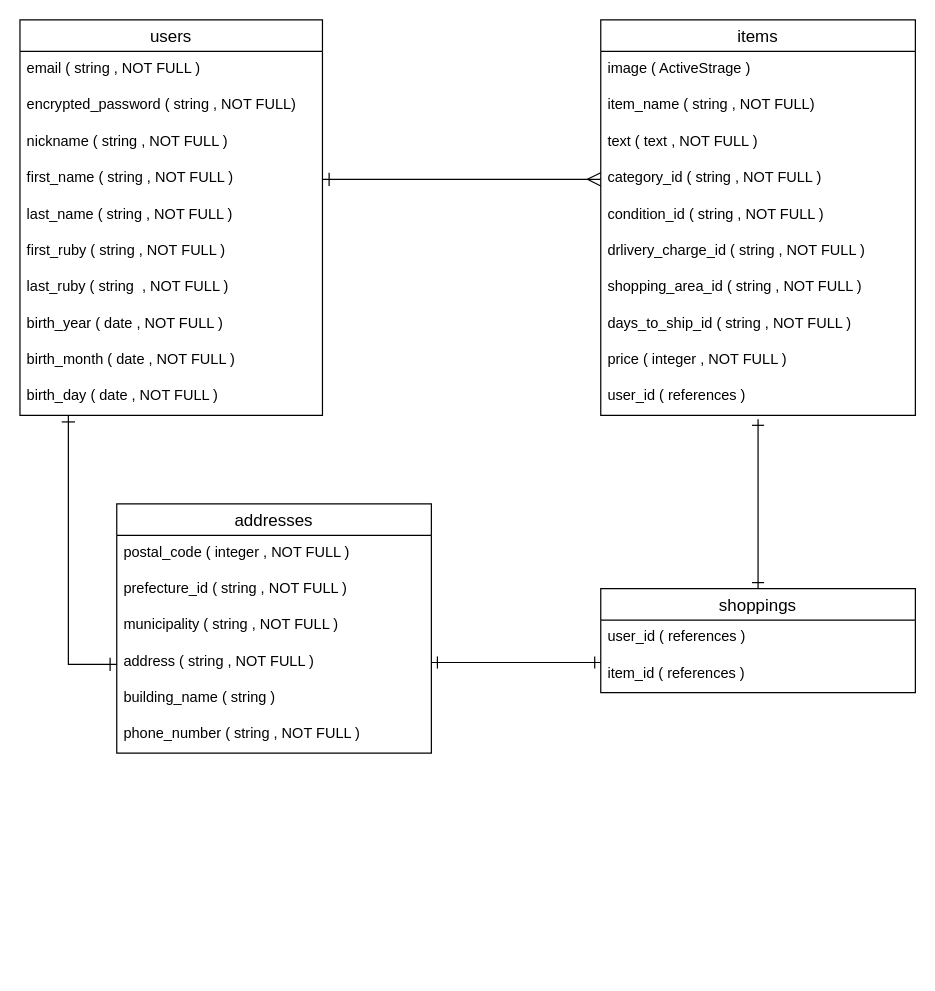
Above: furima.dio in ami0120/furima-34292 (draw.io), before the change. Source tidied: cells renumbered, new cells numbered last; positions are measured from the earlier drawing's top-left corner, leaving out a move shared by most shapes. Both pictures are drawn from the tidied source at 121%, with x=0, y=0 at pixel (19, 19).
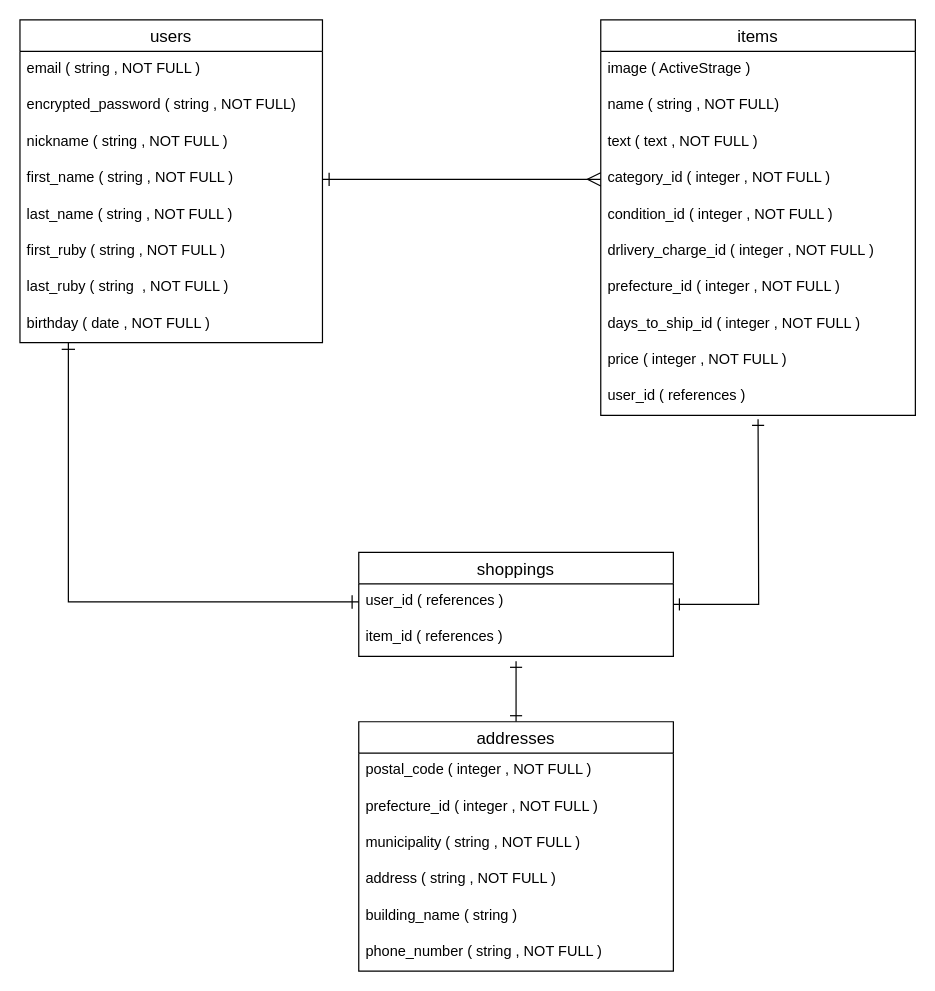
After the change.

The change refers to these unchanged cells:
```xml
<mxCell id="14" value="items" style="swimlane;fontStyle=0;horizontal=1;startSize=26;align=center;fontSize=14;" parent="1" vertex="1">
  <mxGeometry x="480" width="260" height="326.7" as="geometry" />
</mxCell>
<mxCell id="29" value="address ( string , NOT FULL )" style="text;strokeColor=none;fillColor=none;spacingLeft=4;spacingRight=4;overflow=hidden;points=[[0,0.5],[1,0.5]];portConstraint=eastwest;fontSize=12;" parent="25" vertex="1">
  <mxGeometry y="116" width="260" height="30" as="geometry" />
</mxCell>
<mxCell id="35" value="user_id ( references )" style="text;strokeColor=none;fillColor=none;spacingLeft=4;spacingRight=4;overflow=hidden;points=[[0,0.5],[1,0.5]];portConstraint=eastwest;fontSize=12;" parent="34" vertex="1">
  <mxGeometry y="26" width="260" height="30" as="geometry" />
</mxCell>
<mxCell id="36" value="item_id ( references )" style="text;strokeColor=none;fillColor=none;spacingLeft=4;spacingRight=4;overflow=hidden;points=[[0,0.5],[1,0.5]];portConstraint=eastwest;fontSize=12;" parent="34" vertex="1">
  <mxGeometry y="56" width="260" height="30" as="geometry" />
</mxCell>
```

Diff of the diagram source:
```diff
@@
-    <mxCell id="2" style="edgeStyle=orthogonalEdgeStyle;rounded=0;jettySize=auto;html=1;entryX=0;entryY=0.5;entryDx=0;entryDy=0;startArrow=ERone;startFill=0;startSize=9;endArrow=ERone;endFill=0;endSize=9;" parent="1" edge="1" source="3">
+    <mxCell id="2" style="edgeStyle=orthogonalEdgeStyle;rounded=0;jettySize=auto;html=1;startArrow=ERone;startFill=0;startSize=9;endArrow=ERone;endFill=0;endSize=9;entryX=0;entryY=0.5;entryDx=0;entryDy=0;" parent="1" edge="1" source="3" target="35">
       <mxGeometry relative="1" as="geometry">
-        <mxPoint x="80" y="532.5" as="targetPoint" />
         <Array as="points">
-          <mxPoint x="40" y="533" />
+          <mxPoint x="40" y="481" />
         </Array>
       </mxGeometry>
     </mxCell>
     <mxCell id="3" value="users" style="swimlane;fontStyle=0;horizontal=1;startSize=26;align=center;fontSize=14;" parent="1" vertex="1">
-      <mxGeometry width="250" height="326.7" as="geometry" />
+      <mxGeometry width="250" height="266.7" as="geometry" />
     </mxCell>
@@
-    <mxCell id="11" value="birth_year ( date , NOT FULL )" style="text;strokeColor=none;fillColor=none;spacingLeft=4;spacingRight=4;overflow=hidden;fontSize=12;" parent="3" vertex="1">
+    <mxCell id="11" value="birthday ( date , NOT FULL )" style="text;strokeColor=none;fillColor=none;spacingLeft=4;spacingRight=4;overflow=hidden;fontSize=12;" parent="3" vertex="1">
       <mxGeometry y="236.7" width="250" height="30" as="geometry" />
     </mxCell>
-    <mxCell id="12" value="birth_month ( date , NOT FULL )" style="text;strokeColor=none;fillColor=none;spacingLeft=4;spacingRight=4;overflow=hidden;fontSize=12;" parent="3" vertex="1">
-      <mxGeometry y="266.7" width="250" height="30" as="geometry" />
-    </mxCell>
-    <mxCell id="13" value="birth_day ( date , NOT FULL )" style="text;strokeColor=none;fillColor=none;spacingLeft=4;spacingRight=4;overflow=hidden;fontSize=12;" parent="3" vertex="1">
-      <mxGeometry y="296.7" width="250" height="30" as="geometry" />
-    </mxCell>
@@
-    <mxCell id="16" value="item_name ( string , NOT FULL)" style="text;strokeColor=none;fillColor=none;spacingLeft=4;spacingRight=4;overflow=hidden;fontSize=12;shadow=0;sketch=0;rounded=0;glass=0;" parent="14" vertex="1">
+    <mxCell id="16" value="name ( string , NOT FULL)" style="text;strokeColor=none;fillColor=none;spacingLeft=4;spacingRight=4;overflow=hidden;fontSize=12;shadow=0;sketch=0;rounded=0;glass=0;" parent="14" vertex="1">
       <mxGeometry y="56" width="260" height="30.7" as="geometry" />
     </mxCell>
@@
-    <mxCell id="18" value="category_id ( string , NOT FULL )" style="text;strokeColor=none;fillColor=none;spacingLeft=4;spacingRight=4;overflow=hidden;points=[[0,0.5],[1,0.5]];portConstraint=eastwest;fontSize=12;" parent="14" vertex="1">
+    <mxCell id="18" value="category_id ( integer , NOT FULL )" style="text;strokeColor=none;fillColor=none;spacingLeft=4;spacingRight=4;overflow=hidden;points=[[0,0.5],[1,0.5]];portConstraint=eastwest;fontSize=12;" parent="14" vertex="1">
       <mxGeometry y="116.7" width="260" height="30" as="geometry" />
     </mxCell>
-    <mxCell id="19" value="condition_id ( string , NOT FULL )" style="text;strokeColor=none;fillColor=none;spacingLeft=4;spacingRight=4;overflow=hidden;fontSize=12;" parent="14" vertex="1">
+    <mxCell id="19" value="condition_id ( integer , NOT FULL )" style="text;strokeColor=none;fillColor=none;spacingLeft=4;spacingRight=4;overflow=hidden;fontSize=12;" parent="14" vertex="1">
       <mxGeometry y="146.7" width="260" height="30" as="geometry" />
     </mxCell>
-    <mxCell id="20" value="drlivery_charge_id ( string , NOT FULL )" style="text;strokeColor=none;fillColor=none;spacingLeft=4;spacingRight=4;overflow=hidden;fontSize=12;" parent="14" vertex="1">
+    <mxCell id="20" value="drlivery_charge_id ( integer , NOT FULL )" style="text;strokeColor=none;fillColor=none;spacingLeft=4;spacingRight=4;overflow=hidden;fontSize=12;" parent="14" vertex="1">
       <mxGeometry y="176.7" width="260" height="30" as="geometry" />
     </mxCell>
-    <mxCell id="21" value="shopping_area_id ( string , NOT FULL )" style="text;strokeColor=none;fillColor=none;spacingLeft=4;spacingRight=4;overflow=hidden;fontSize=12;" parent="14" vertex="1">
+    <mxCell id="21" value="prefecture_id ( integer , NOT FULL )" style="text;strokeColor=none;fillColor=none;spacingLeft=4;spacingRight=4;overflow=hidden;fontSize=12;" parent="14" vertex="1">
       <mxGeometry y="206.7" width="260" height="30" as="geometry" />
     </mxCell>
-    <mxCell id="22" value="days_to_ship_id ( string , NOT FULL )" style="text;strokeColor=none;fillColor=none;spacingLeft=4;spacingRight=4;overflow=hidden;fontSize=12;" parent="14" vertex="1">
+    <mxCell id="22" value="days_to_ship_id ( integer , NOT FULL )" style="text;strokeColor=none;fillColor=none;spacingLeft=4;spacingRight=4;overflow=hidden;fontSize=12;" parent="14" vertex="1">
       <mxGeometry y="236.7" width="260" height="30" as="geometry" />
     </mxCell>
@@
+    <mxCell id="38" style="edgeStyle=orthogonalEdgeStyle;rounded=0;jettySize=auto;html=1;startArrow=ERone;startFill=0;endArrow=ERone;endFill=0;endSize=8;startSize=8;" parent="1" edge="1" source="25">
+      <mxGeometry relative="1" as="geometry">
+        <mxPoint x="410" y="530" as="targetPoint" />
+      </mxGeometry>
+    </mxCell>
     <mxCell id="25" value="addresses" style="swimlane;fontStyle=0;horizontal=1;startSize=26;align=center;fontSize=14;" parent="1" vertex="1">
-      <mxGeometry x="80" y="400" width="260" height="206" as="geometry" />
+      <mxGeometry x="280" y="580" width="260" height="206" as="geometry" />
     </mxCell>
@@
-    <mxCell id="27" value="prefecture_id ( string , NOT FULL )" style="text;strokeColor=none;fillColor=none;spacingLeft=4;spacingRight=4;overflow=hidden;fontSize=12;" parent="25" vertex="1">
+    <mxCell id="27" value="prefecture_id ( integer , NOT FULL )" style="text;strokeColor=none;fillColor=none;spacingLeft=4;spacingRight=4;overflow=hidden;fontSize=12;" parent="25" vertex="1">
       <mxGeometry y="56" width="260" height="30" as="geometry" />
     </mxCell>
@@
     <mxCell id="34" value="shoppings" style="swimlane;fontStyle=0;horizontal=1;startSize=26;align=center;fontSize=14;" parent="1" vertex="1">
-      <mxGeometry x="480" y="470" width="260" height="86" as="geometry" />
+      <mxGeometry x="280" y="440" width="260" height="86" as="geometry" />
     </mxCell>
@@
-    <mxCell id="37" style="edgeStyle=orthogonalEdgeStyle;rounded=0;jettySize=auto;html=1;startArrow=ERone;startFill=0;startSize=8;endArrow=ERone;endFill=0;endSize=8;entryX=0;entryY=0.167;entryDx=0;entryDy=0;entryPerimeter=0;" parent="1" edge="1" source="29" target="36">
-      <mxGeometry relative="1" as="geometry" />
-    </mxCell>
```
